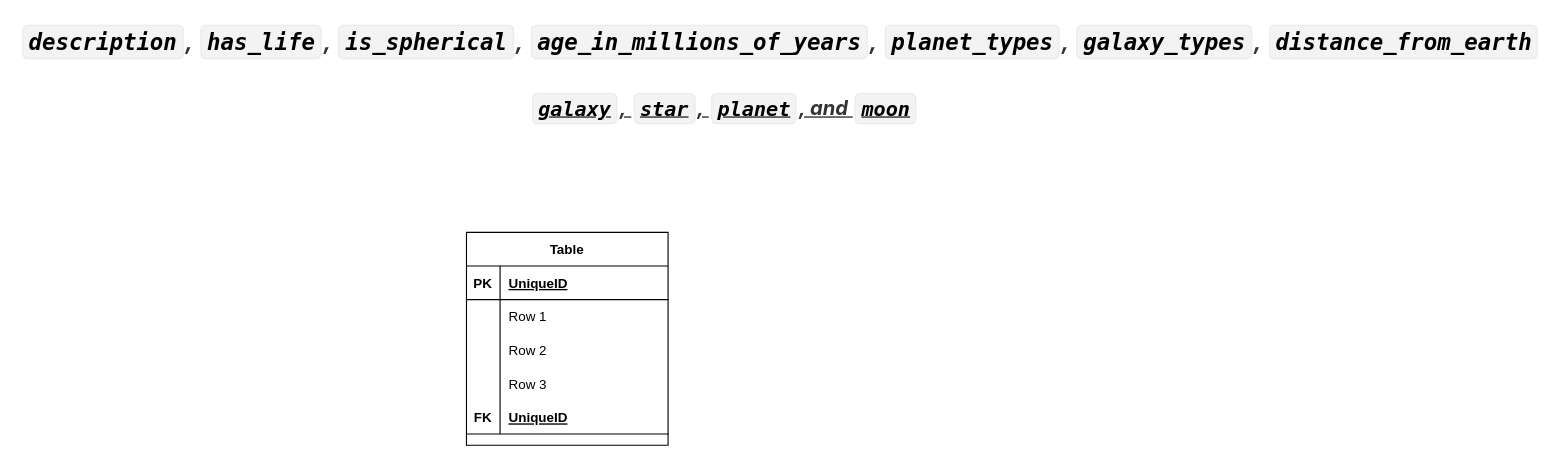
archenemy1996/00001 keeps this draw.io diagram as celestial_schema Diagram.drawio. Above is the earlier version. Source tidied: cells renumbered, new cells numbered last; positions are measured from the earlier drawing's top-left corner, leaving out a move shared by most shapes. Both pictures are drawn from the tidied source at 112%, with x=0, y=0 at pixel (63, 19).
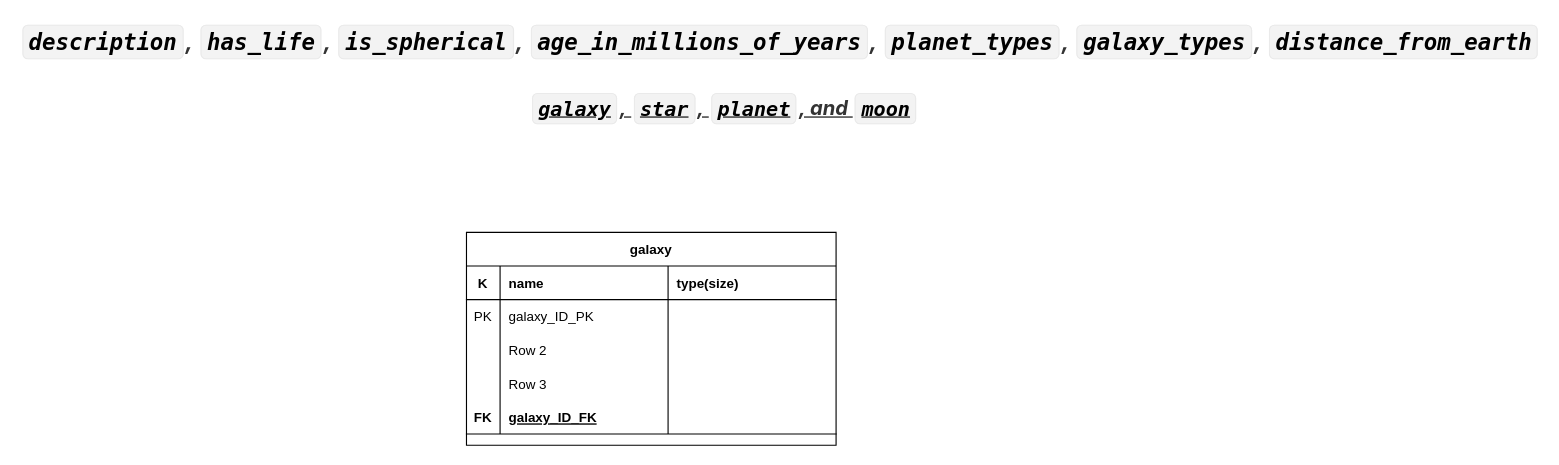
The same page after the edit.

Change to the diagram source:
```diff
@@
-    <mxCell id="2" value="Table" style="shape=table;startSize=30;childLayout=tableLayout;rowLines=0;fontStyle=1;align=center;" parent="1" vertex="1">
-      <mxGeometry x="360" y="190" width="180" height="190" as="geometry" />
+    <mxCell id="2" value="galaxy" style="shape=table;startSize=30;childLayout=tableLayout;rowLines=0;fontStyle=1;align=center;" parent="1" vertex="1">
+      <mxGeometry x="360" y="190" width="330" height="190" as="geometry" />
     </mxCell>
     <mxCell id="3" style="shape=tableRow;horizontal=0;startSize=0;swimlaneHead=0;swimlaneBody=0;fillColor=none;top=0;left=0;right=0;bottom=1;" parent="2" vertex="1">
-      <mxGeometry y="30" width="180" height="30" as="geometry" />
+      <mxGeometry y="30" width="330" height="30" as="geometry" />
     </mxCell>
-    <mxCell id="4" value="PK" style="shape=partialRectangle;fillColor=none;top=0;left=0;bottom=0;right=0;fontStyle=1;overflow=hidden;" parent="3" vertex="1">
+    <mxCell id="4" value="K" style="shape=partialRectangle;fillColor=none;top=0;left=0;bottom=0;right=0;fontStyle=1;overflow=hidden;" parent="3" vertex="1">
       <mxGeometry width="30" height="30" as="geometry" />
     </mxCell>
-    <mxCell id="5" value="UniqueID" style="shape=partialRectangle;fillColor=none;top=0;left=0;bottom=0;right=0;align=left;spacingLeft=6;fontStyle=5;overflow=hidden;" parent="3" vertex="1">
+    <mxCell id="5" value="name" style="shape=partialRectangle;fillColor=none;top=0;left=0;bottom=0;right=0;align=left;spacingLeft=6;fontStyle=1;overflow=hidden;" parent="3" vertex="1">
       <mxGeometry x="30" width="150" height="30" as="geometry" />
     </mxCell>
+    <mxCell id="20" value="type(size)" style="shape=partialRectangle;fillColor=none;top=0;left=0;bottom=0;right=0;align=left;spacingLeft=6;fontStyle=1;overflow=hidden;" parent="3" vertex="1">
+      <mxGeometry x="180" width="150" height="30" as="geometry" />
+    </mxCell>
     <mxCell id="6" style="shape=tableRow;horizontal=0;startSize=0;swimlaneHead=0;swimlaneBody=0;fillColor=none;top=0;left=0;right=0;bottom=0;" parent="2" vertex="1">
-      <mxGeometry y="60" width="180" height="30" as="geometry" />
+      <mxGeometry y="60" width="330" height="30" as="geometry" />
     </mxCell>
-    <mxCell id="7" style="shape=partialRectangle;fillColor=none;top=0;left=0;bottom=0;right=0;overflow=hidden;" parent="6" vertex="1">
+    <mxCell id="7" value="PK" style="shape=partialRectangle;fillColor=none;top=0;left=0;bottom=0;right=0;overflow=hidden;" parent="6" vertex="1">
       <mxGeometry width="30" height="30" as="geometry" />
     </mxCell>
-    <mxCell id="8" value="Row 1" style="shape=partialRectangle;fillColor=none;top=0;left=0;bottom=0;right=0;align=left;spacingLeft=6;overflow=hidden;" parent="6" vertex="1">
+    <mxCell id="8" value="galaxy_ID_PK" style="shape=partialRectangle;fillColor=none;top=0;left=0;bottom=0;right=0;align=left;spacingLeft=6;overflow=hidden;" parent="6" vertex="1">
       <mxGeometry x="30" width="150" height="30" as="geometry" />
     </mxCell>
+    <mxCell id="21" style="shape=partialRectangle;fillColor=none;top=0;left=0;bottom=0;right=0;align=left;spacingLeft=6;overflow=hidden;" parent="6" vertex="1">
+      <mxGeometry x="180" width="150" height="30" as="geometry" />
+    </mxCell>
     <mxCell id="9" style="shape=tableRow;horizontal=0;startSize=0;swimlaneHead=0;swimlaneBody=0;fillColor=none;top=0;left=0;right=0;bottom=0;" parent="2" vertex="1">
-      <mxGeometry y="90" width="180" height="30" as="geometry" />
+      <mxGeometry y="90" width="330" height="30" as="geometry" />
     </mxCell>
@@
+    <mxCell id="22" style="shape=partialRectangle;fillColor=none;top=0;left=0;bottom=0;right=0;align=left;spacingLeft=6;overflow=hidden;" parent="9" vertex="1">
+      <mxGeometry x="180" width="150" height="30" as="geometry" />
+    </mxCell>
     <mxCell id="12" style="shape=tableRow;horizontal=0;startSize=0;swimlaneHead=0;swimlaneBody=0;fillColor=none;top=0;left=0;right=0;bottom=0;" parent="2" vertex="1">
-      <mxGeometry y="120" width="180" height="30" as="geometry" />
+      <mxGeometry y="120" width="330" height="30" as="geometry" />
     </mxCell>
@@
+    <mxCell id="23" style="shape=partialRectangle;fillColor=none;top=0;left=0;bottom=0;right=0;align=left;spacingLeft=6;overflow=hidden;" parent="12" vertex="1">
+      <mxGeometry x="180" width="150" height="30" as="geometry" />
+    </mxCell>
     <mxCell id="15" style="shape=tableRow;horizontal=0;startSize=0;swimlaneHead=0;swimlaneBody=0;fillColor=none;top=0;left=0;right=0;bottom=1;" parent="2" vertex="1">
-      <mxGeometry y="150" width="180" height="30" as="geometry" />
+      <mxGeometry y="150" width="330" height="30" as="geometry" />
     </mxCell>
@@
-    <mxCell id="17" value="UniqueID" style="shape=partialRectangle;fillColor=none;top=0;left=0;bottom=0;right=0;align=left;spacingLeft=6;fontStyle=5;overflow=hidden;" parent="15" vertex="1">
+    <mxCell id="17" value="galaxy_ID_FK" style="shape=partialRectangle;fillColor=none;top=0;left=0;bottom=0;right=0;align=left;spacingLeft=6;fontStyle=5;overflow=hidden;" parent="15" vertex="1">
       <mxGeometry x="30" width="150" height="30" as="geometry" />
     </mxCell>
+    <mxCell id="24" style="shape=partialRectangle;fillColor=none;top=0;left=0;bottom=0;right=0;align=left;spacingLeft=6;fontStyle=5;overflow=hidden;" parent="15" vertex="1">
+      <mxGeometry x="180" width="150" height="30" as="geometry" />
+    </mxCell>
```
